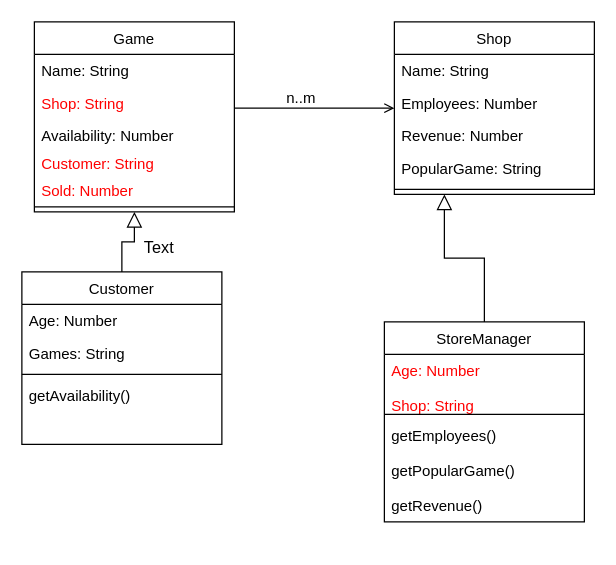
Before: GameStop.drawio in loni18ac/GK3, a draw.io diagram. Source tidied: cells renumbered, new cells numbered last; positions are measured from the earlier drawing's top-left corner, leaving out a move shared by most shapes. Both pictures are drawn from the tidied source at 125%, with x=0, y=0 at pixel (21, 21).
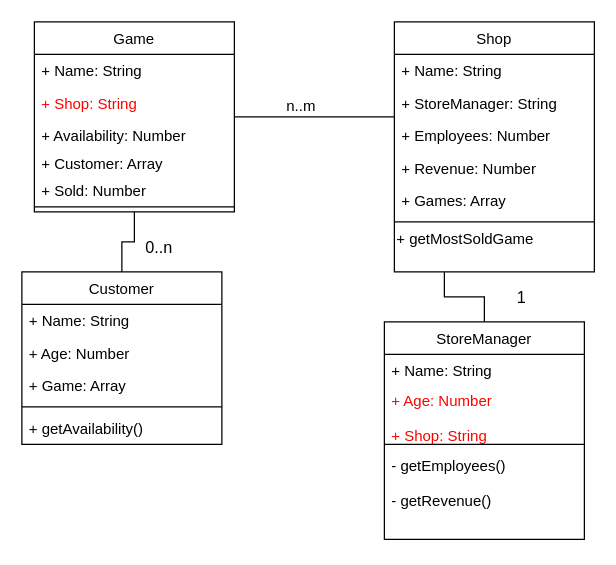
The same diagram, later.

Unchanged cells that the change refers to:
```xml
<mxCell id="2" value="Game" style="swimlane;fontStyle=0;align=center;verticalAlign=top;horizontal=1;startSize=26;rounded=0;shadow=0;strokeWidth=1;" parent="1" vertex="1">
  <mxGeometry x="10" width="160" height="152" as="geometry" />
</mxCell>
<mxCell id="9" value="Customer" style="swimlane;fontStyle=0;align=center;verticalAlign=top;horizontal=1;startSize=26;rounded=0;shadow=0;strokeWidth=1;" parent="1" vertex="1">
  <mxGeometry y="200" width="160" height="138" as="geometry" />
</mxCell>
```

Change to the diagram source:
```diff
@@
-    <mxCell id="3" value="Name: String" style="text;align=left;verticalAlign=top;spacingLeft=4;spacingRight=4;overflow=hidden;rounded=0;shadow=0;html=0;" parent="2" vertex="1">
+    <mxCell id="3" value="+ Name: String" style="text;align=left;verticalAlign=top;spacingLeft=4;spacingRight=4;overflow=hidden;rounded=0;shadow=0;html=0;" parent="2" vertex="1">
       <mxGeometry y="26" width="160" height="26" as="geometry" />
     </mxCell>
-    <mxCell id="4" value="Shop: String" style="text;align=left;verticalAlign=top;spacingLeft=4;spacingRight=4;overflow=hidden;fontColor=#FF0000;" parent="2" vertex="1">
+    <mxCell id="4" value="+ Shop: String" style="text;align=left;verticalAlign=top;spacingLeft=4;spacingRight=4;overflow=hidden;fontColor=#FF0000;" parent="2" vertex="1">
       <mxGeometry y="52" width="160" height="26" as="geometry" />
     </mxCell>
-    <mxCell id="5" value="Availability: Number" style="text;align=left;verticalAlign=top;spacingLeft=4;spacingRight=4;overflow=hidden;rounded=0;shadow=0;html=0;" parent="2" vertex="1">
+    <mxCell id="5" value="+ Availability: Number" style="text;align=left;verticalAlign=top;spacingLeft=4;spacingRight=4;overflow=hidden;rounded=0;shadow=0;html=0;" parent="2" vertex="1">
       <mxGeometry y="78" width="160" height="22" as="geometry" />
     </mxCell>
-    <mxCell id="6" value="Customer: String" style="text;align=left;verticalAlign=top;spacingLeft=4;spacingRight=4;overflow=hidden;rounded=0;shadow=0;html=0;fontColor=#FF0000;" parent="2" vertex="1">
+    <mxCell id="6" value="+ Customer: Array" style="text;align=left;verticalAlign=top;spacingLeft=4;spacingRight=4;overflow=hidden;rounded=0;shadow=0;html=0;" parent="2" vertex="1">
       <mxGeometry y="100" width="160" height="22" as="geometry" />
     </mxCell>
-    <mxCell id="7" value="Sold: Number" style="text;align=left;verticalAlign=top;spacingLeft=4;spacingRight=4;overflow=hidden;rounded=0;shadow=0;html=0;fontColor=#FF0000;" parent="2" vertex="1">
+    <mxCell id="7" value="+ Sold: Number" style="text;align=left;verticalAlign=top;spacingLeft=4;spacingRight=4;overflow=hidden;rounded=0;shadow=0;html=0;" parent="2" vertex="1">
       <mxGeometry y="122" width="160" height="22" as="geometry" />
     </mxCell>
@@
+    <mxCell id="29" value="+ Name: String" style="text;align=left;verticalAlign=top;spacingLeft=4;spacingRight=4;overflow=hidden;" parent="9" vertex="1">
+      <mxGeometry y="26" width="160" height="26" as="geometry" />
+    </mxCell>
-    <mxCell id="10" value="Age: Number" style="text;align=left;verticalAlign=top;spacingLeft=4;spacingRight=4;overflow=hidden;" parent="9" vertex="1">
-      <mxGeometry y="26" width="160" height="26" as="geometry" />
+    <mxCell id="10" value="+ Age: Number" style="text;align=left;verticalAlign=top;spacingLeft=4;spacingRight=4;overflow=hidden;" parent="9" vertex="1">
+      <mxGeometry y="52" width="160" height="26" as="geometry" />
     </mxCell>
-    <mxCell id="11" value="Games: String" style="text;align=left;verticalAlign=top;spacingLeft=4;spacingRight=4;overflow=hidden;rounded=0;shadow=0;html=0;" parent="9" vertex="1">
-      <mxGeometry y="52" width="160" height="26" as="geometry" />
+    <mxCell id="11" value="+ Game: Array" style="text;align=left;verticalAlign=top;spacingLeft=4;spacingRight=4;overflow=hidden;rounded=0;shadow=0;html=0;" parent="9" vertex="1">
+      <mxGeometry y="78" width="160" height="26" as="geometry" />
     </mxCell>
     <mxCell id="12" style="line;html=1;strokeWidth=1;align=left;verticalAlign=middle;spacingTop=-1;spacingLeft=3;spacingRight=3;labelPosition=right;" parent="9" vertex="1">
-      <mxGeometry y="78" width="160" height="8" as="geometry" />
+      <mxGeometry y="104" width="160" height="8" as="geometry" />
     </mxCell>
-    <mxCell id="13" value="getAvailability()" style="text;align=left;verticalAlign=top;spacingLeft=4;spacingRight=4;overflow=hidden;" parent="9" vertex="1">
-      <mxGeometry y="86" width="160" height="26" as="geometry" />
+    <mxCell id="13" value="+ getAvailability()" style="text;align=left;verticalAlign=top;spacingLeft=4;spacingRight=4;overflow=hidden;" parent="9" vertex="1">
+      <mxGeometry y="112" width="160" height="26" as="geometry" />
     </mxCell>
-    <mxCell id="14" style="endArrow=block;endSize=10;endFill=0;shadow=0;strokeWidth=1;rounded=0;edgeStyle=elbowEdgeStyle;elbow=vertical;" parent="1" edge="1" source="9" target="2">
+    <mxCell id="14" style="endArrow=none;endSize=10;endFill=0;shadow=0;strokeWidth=1;rounded=0;edgeStyle=elbowEdgeStyle;elbow=vertical;" parent="1" edge="1" source="9" target="2">
       <mxGeometry relative="1" as="geometry" />
     </mxCell>
     <mxCell id="15" value="StoreManager" style="swimlane;fontStyle=0;align=center;verticalAlign=top;horizontal=1;startSize=26;rounded=0;shadow=0;strokeWidth=1;" parent="1" vertex="1">
-      <mxGeometry x="290" y="240" width="160" height="160" as="geometry" />
+      <mxGeometry x="290" y="240" width="160" height="174" as="geometry" />
     </mxCell>
+    <mxCell id="30" value="+ Name: String" style="text;align=left;verticalAlign=top;spacingLeft=4;spacingRight=4;overflow=hidden;" parent="15" vertex="1">
+      <mxGeometry y="26" width="160" height="24" as="geometry" />
+    </mxCell>
-    <mxCell id="16" value="Age: Number&#10;&#10;Shop: String&#10;" style="text;align=left;verticalAlign=top;spacingLeft=4;spacingRight=4;overflow=hidden;fontColor=#FF0000;" parent="15" vertex="1">
-      <mxGeometry y="26" width="160" height="44" as="geometry" />
+    <mxCell id="16" value="+ Age: Number&#10;&#10;+ Shop: String&#10;" style="text;align=left;verticalAlign=top;spacingLeft=4;spacingRight=4;overflow=hidden;fontColor=#FF0000;" parent="15" vertex="1">
+      <mxGeometry y="50" width="160" height="44" as="geometry" />
     </mxCell>
     <mxCell id="17" style="line;html=1;strokeWidth=1;align=left;verticalAlign=middle;spacingTop=-1;spacingLeft=3;spacingRight=3;labelPosition=right;" parent="15" vertex="1">
-      <mxGeometry y="70" width="160" height="8" as="geometry" />
+      <mxGeometry y="94" width="160" height="8" as="geometry" />
     </mxCell>
-    <mxCell id="18" value="getEmployees()&#10;&#10;getPopularGame()&#10;&#10;getRevenue()" style="text;align=left;verticalAlign=top;spacingLeft=4;spacingRight=4;overflow=hidden;" parent="15" vertex="1">
-      <mxGeometry y="78" width="160" height="72" as="geometry" />
+    <mxCell id="18" value="- getEmployees()&#10;&#10;- getRevenue()" style="text;align=left;verticalAlign=top;spacingLeft=4;spacingRight=4;overflow=hidden;" parent="15" vertex="1">
+      <mxGeometry y="102" width="160" height="72" as="geometry" />
     </mxCell>
-    <mxCell id="19" style="endArrow=block;endSize=10;endFill=0;shadow=0;strokeWidth=1;rounded=0;edgeStyle=elbowEdgeStyle;elbow=vertical;entryX=0.25;entryY=1;entryDx=0;entryDy=0;" parent="1" edge="1" source="15" target="20">
+    <mxCell id="19" style="endArrow=none;endSize=10;endFill=0;shadow=0;strokeWidth=1;rounded=0;edgeStyle=elbowEdgeStyle;elbow=vertical;entryX=0.25;entryY=1;entryDx=0;entryDy=0;" parent="1" edge="1" source="15" target="20">
       <mxGeometry relative="1" as="geometry" />
     </mxCell>
     <mxCell id="20" value="Shop" style="swimlane;fontStyle=0;align=center;verticalAlign=top;horizontal=1;startSize=26;rounded=0;shadow=0;strokeWidth=1;" parent="1" vertex="1">
-      <mxGeometry x="298" width="160" height="138" as="geometry" />
+      <mxGeometry x="298" width="160" height="200" as="geometry" />
     </mxCell>
-    <mxCell id="21" value="Name: String" style="text;align=left;verticalAlign=top;spacingLeft=4;spacingRight=4;overflow=hidden;" parent="20" vertex="1">
+    <mxCell id="21" value="+ Name: String" style="text;align=left;verticalAlign=top;spacingLeft=4;spacingRight=4;overflow=hidden;" parent="20" vertex="1">
       <mxGeometry y="26" width="160" height="26" as="geometry" />
     </mxCell>
+    <mxCell id="31" value="+ StoreManager: String" style="text;align=left;verticalAlign=top;spacingLeft=4;spacingRight=4;overflow=hidden;" parent="20" vertex="1">
+      <mxGeometry y="52" width="160" height="26" as="geometry" />
+    </mxCell>
-    <mxCell id="22" value="Employees: Number" style="text;align=left;verticalAlign=top;spacingLeft=4;spacingRight=4;overflow=hidden;rounded=0;shadow=0;html=0;" parent="20" vertex="1">
-      <mxGeometry y="52" width="160" height="26" as="geometry" />
+    <mxCell id="22" value="+ Employees: Number" style="text;align=left;verticalAlign=top;spacingLeft=4;spacingRight=4;overflow=hidden;rounded=0;shadow=0;html=0;" parent="20" vertex="1">
+      <mxGeometry y="78" width="160" height="26" as="geometry" />
     </mxCell>
-    <mxCell id="23" value="Revenue: Number" style="text;align=left;verticalAlign=top;spacingLeft=4;spacingRight=4;overflow=hidden;rounded=0;shadow=0;html=0;" parent="20" vertex="1">
-      <mxGeometry y="78" width="160" height="26" as="geometry" />
+    <mxCell id="23" value="+ Revenue: Number" style="text;align=left;verticalAlign=top;spacingLeft=4;spacingRight=4;overflow=hidden;rounded=0;shadow=0;html=0;" parent="20" vertex="1">
+      <mxGeometry y="104" width="160" height="26" as="geometry" />
     </mxCell>
-    <mxCell id="24" value="PopularGame: String" style="text;align=left;verticalAlign=top;spacingLeft=4;spacingRight=4;overflow=hidden;rounded=0;shadow=0;html=0;" parent="20" vertex="1">
-      <mxGeometry y="104" width="160" height="26" as="geometry" />
+    <mxCell id="24" value="+ Games: Array" style="text;align=left;verticalAlign=top;spacingLeft=4;spacingRight=4;overflow=hidden;rounded=0;shadow=0;html=0;" parent="20" vertex="1">
+      <mxGeometry y="130" width="160" height="26" as="geometry" />
     </mxCell>
     <mxCell id="25" style="line;html=1;strokeWidth=1;align=left;verticalAlign=middle;spacingTop=-1;spacingLeft=3;spacingRight=3;labelPosition=right;" parent="20" vertex="1">
-      <mxGeometry y="130" width="160" height="8" as="geometry" />
+      <mxGeometry y="156" width="160" height="8" as="geometry" />
     </mxCell>
+    <mxCell id="32" value="+ getMostSoldGame" style="text;html=1;align=left;verticalAlign=middle;" parent="20" vertex="1">
+      <mxGeometry y="164" width="160" height="20" as="geometry" />
+    </mxCell>
-    <mxCell id="26" style="endArrow=open;shadow=0;strokeWidth=1;rounded=0;endFill=1;edgeStyle=elbowEdgeStyle;elbow=vertical;" parent="1" edge="1" source="2" target="20">
+    <mxCell id="26" style="endArrow=none;shadow=0;strokeWidth=1;rounded=0;endFill=0;edgeStyle=elbowEdgeStyle;elbow=vertical;" parent="1" edge="1" source="2" target="20">
       <mxGeometry x="0.5" y="41" relative="1" as="geometry">
         <mxPoint x="-40" y="32" as="offset" />
       </mxGeometry>
     </mxCell>
@@
-    <mxCell id="28" value="Text" style="text;html=1;strokeColor=none;fillColor=none;align=center;verticalAlign=middle;whiteSpace=wrap;rounded=0;fontSize=13;" parent="1" vertex="1">
+    <mxCell id="28" value="0..n" style="text;html=1;strokeColor=none;fillColor=none;align=center;verticalAlign=middle;whiteSpace=wrap;rounded=0;fontSize=13;" parent="1" vertex="1">
       <mxGeometry x="90" y="170" width="40" height="20" as="geometry" />
     </mxCell>
+    <mxCell id="33" value="1" style="text;html=1;strokeColor=none;fillColor=none;align=center;verticalAlign=middle;whiteSpace=wrap;rounded=0;fontSize=13;" parent="1" vertex="1">
+      <mxGeometry x="380" y="210" width="40" height="20" as="geometry" />
+    </mxCell>
```
